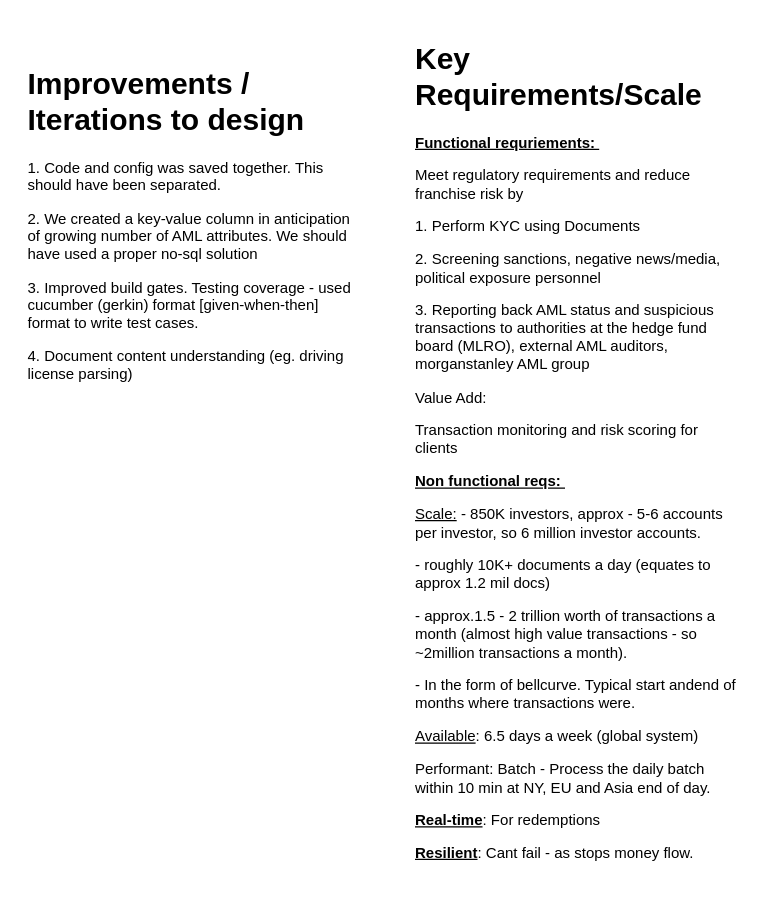
The draw.io diagram page "Things that could be improved" (3 of 3) of src/systemdesign/AMLFlow.drawio in vaibhavsabnis/problem_practise, before the edit. Source tidied: cells renumbered, new cells numbered last; positions are measured from the earlier drawing's top-left corner, leaving out a move shared by most shapes. Both pictures are drawn from the tidied source at 125%, with x=0, y=0 at pixel (21, 34).
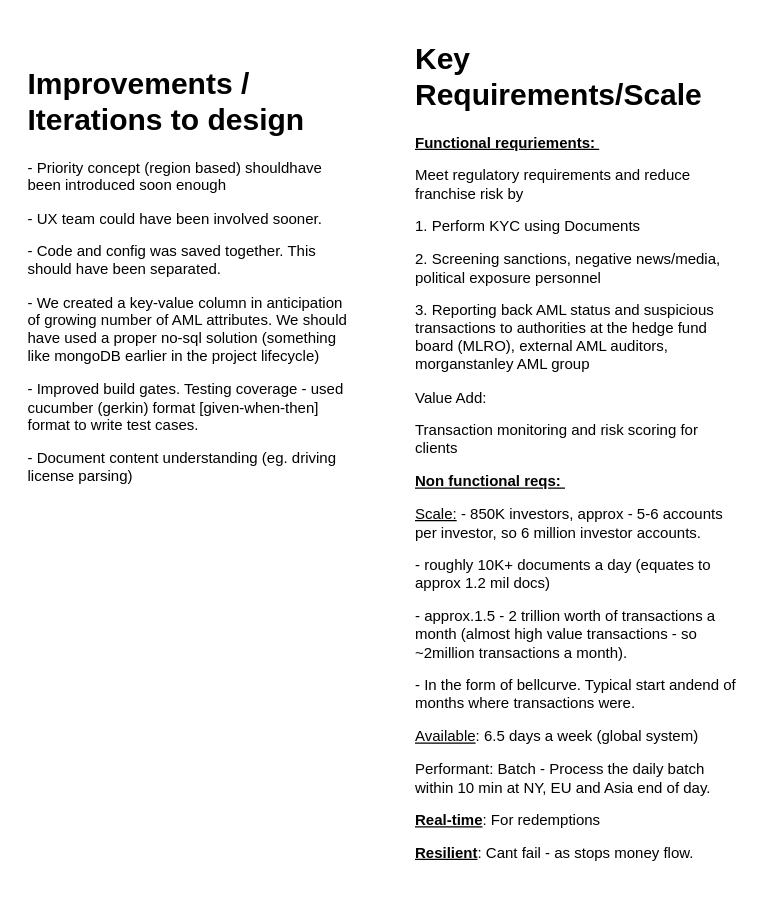
The same page after the edit.

Commit message:
What could be better

The edit, as a diff of the source:
```diff
@@
 <mxGraphModel>
   <root>
     <mxCell id="0" />
     <mxCell id="1" parent="0" />
-    <mxCell id="2" value="&lt;h1&gt;Improvements / Iterations to design&lt;/h1&gt;&lt;p&gt;1. Code and config was saved together. This should have been separated.&lt;/p&gt;&lt;p&gt;2. We created a key-value column in anticipation of growing number of AML attributes. We should have used a proper no-sql solution&lt;/p&gt;&lt;p&gt;3. Improved build gates. Testing coverage - used cucumber (gerkin) format [given-when-then] format to write test cases.&amp;nbsp;&lt;/p&gt;&lt;p&gt;4. Document content understanding (eg. driving license parsing)&amp;nbsp;&lt;/p&gt;" style="text;html=1;strokeColor=none;fillColor=none;spacing=5;spacingTop=-20;whiteSpace=wrap;overflow=hidden;rounded=0;" parent="1" vertex="1">
+    <mxCell id="2" value="&lt;h1&gt;Improvements / Iterations to design&lt;/h1&gt;&lt;p&gt;- Priority concept (region based) shouldhave been introduced soon enough&lt;/p&gt;&lt;p&gt;- UX team could have been involved sooner.&amp;nbsp;&lt;/p&gt;&lt;p&gt;- Code and config was saved together. This should have been separated.&lt;/p&gt;&lt;p&gt;- We created a key-value column in anticipation of growing number of AML attributes. We should have used a proper no-sql solution (something like mongoDB earlier in the project lifecycle)&lt;/p&gt;&lt;p&gt;- Improved build gates. Testing coverage - used cucumber (gerkin) format [given-when-then] format to write test cases.&amp;nbsp;&lt;/p&gt;&lt;p&gt;- Document content understanding (eg. driving license parsing)&amp;nbsp;&lt;/p&gt;" style="text;html=1;strokeColor=none;fillColor=none;spacing=5;spacingTop=-20;whiteSpace=wrap;overflow=hidden;rounded=0;" parent="1" vertex="1">
       <mxGeometry y="20" width="270" height="390" as="geometry" />
     </mxCell>
     <mxCell id="3" value="&lt;h1&gt;Key Requirements/Scale&amp;nbsp;&lt;/h1&gt;&lt;p&gt;&lt;u&gt;&lt;b&gt;Functional requriements:&amp;nbsp;&lt;/b&gt;&lt;/u&gt;&lt;/p&gt;&lt;p&gt;Meet regulatory requirements and reduce franchise risk by&amp;nbsp;&lt;/p&gt;&lt;p&gt;1. Perform KYC using Documents&amp;nbsp;&lt;/p&gt;&lt;p&gt;2. Screening sanctions, negative news/media, political exposure personnel&lt;/p&gt;&lt;p&gt;3. Reporting back AML status and suspicious transactions to authorities at the hedge fund board (MLRO), external AML auditors, morganstanley AML group&lt;/p&gt;&lt;p&gt;&lt;span&gt;Value Add:&lt;/span&gt;&lt;br&gt;&lt;/p&gt;&lt;p&gt;Transaction monitoring and risk scoring for clients&lt;/p&gt;&lt;p&gt;&lt;u&gt;&lt;b&gt;Non functional reqs:&amp;nbsp;&lt;/b&gt;&lt;/u&gt;&lt;/p&gt;&lt;p&gt;&lt;u&gt;Scale:&lt;/u&gt;&amp;nbsp;&lt;span&gt;- 850K investors, approx - 5-6 accounts per investor, so 6 million investor accounts.&lt;/span&gt;&lt;/p&gt;&lt;p&gt;- roughly 10K+ documents a day (equates to approx 1.2 mil docs)&amp;nbsp;&lt;/p&gt;&lt;p&gt;- approx.1.5 - 2 trillion worth of transactions a month (almost high value transactions - so ~2million transactions a month).&lt;/p&gt;&lt;p&gt;- In the form of bellcurve. Typical start andend of months where transactions were.&amp;nbsp;&lt;/p&gt;&lt;p&gt;&lt;span&gt;&lt;u&gt;Available&lt;/u&gt;: 6.5 days a week (global system)&amp;nbsp;&lt;/span&gt;&lt;/p&gt;&lt;p&gt;Performant:&amp;nbsp;&lt;span&gt;Batch - Process the daily batch within 10 min at NY, EU and Asia end of day.&lt;/span&gt;&lt;/p&gt;&lt;p&gt;&lt;b&gt;&lt;u&gt;Real-time&lt;/u&gt;&lt;/b&gt;: For redemptions&lt;/p&gt;&lt;p&gt;&lt;b&gt;&lt;u&gt;Resilient&lt;/u&gt;&lt;/b&gt;: Cant fail - as stops money flow.&amp;nbsp;&lt;/p&gt;&lt;p&gt;&lt;u&gt;&lt;b&gt;&lt;br&gt;&lt;/b&gt;&lt;/u&gt;&lt;/p&gt;" style="text;html=1;strokeColor=none;fillColor=none;spacing=5;spacingTop=-20;whiteSpace=wrap;overflow=hidden;rounded=0;" parent="1" vertex="1">
       <mxGeometry x="310" width="270" height="690" as="geometry" />
     </mxCell>
   </root>
 </mxGraphModel>
```
